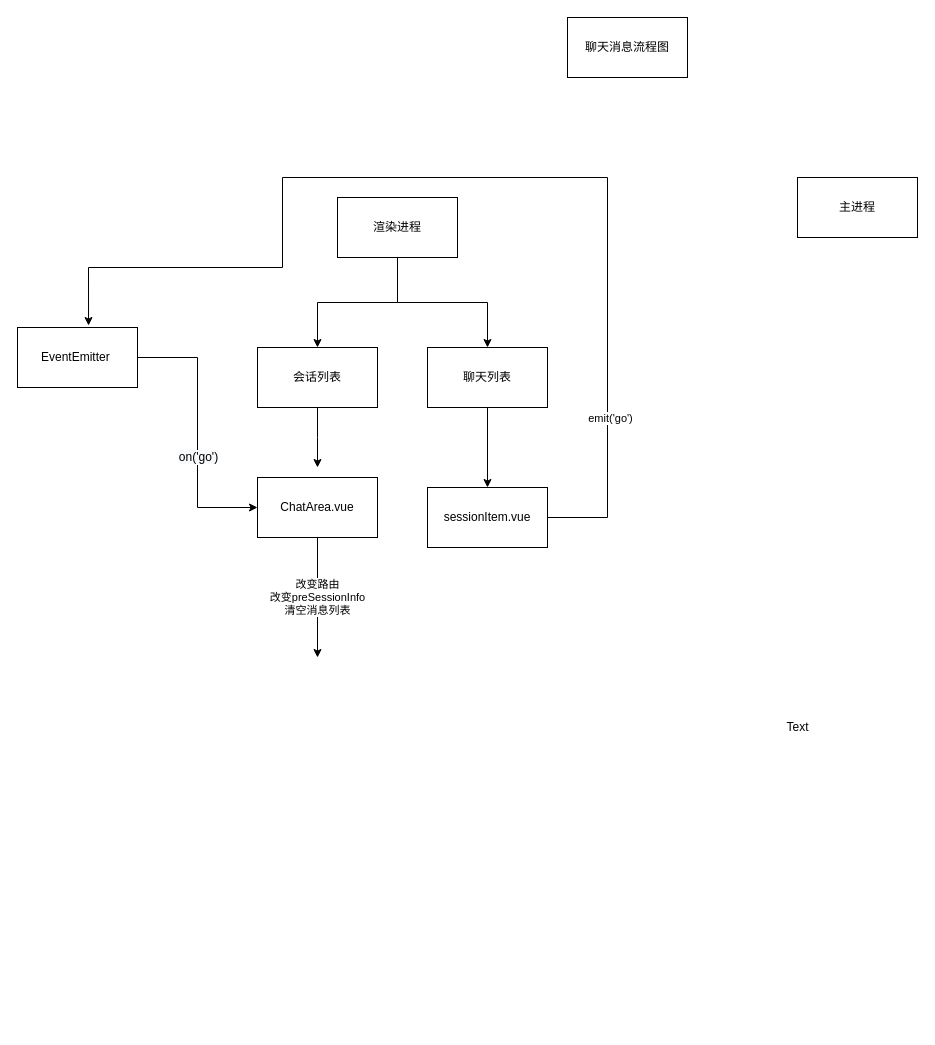
This is message.drawio from oppo-80343438/flowChart, a draw.io file, before an edit. Source tidied: cells renumbered, new cells numbered last; positions are measured from the earlier drawing's top-left corner, leaving out a move shared by most shapes. Both pictures are drawn from the tidied source at 100%, with x=0, y=0 at pixel (17, 17).
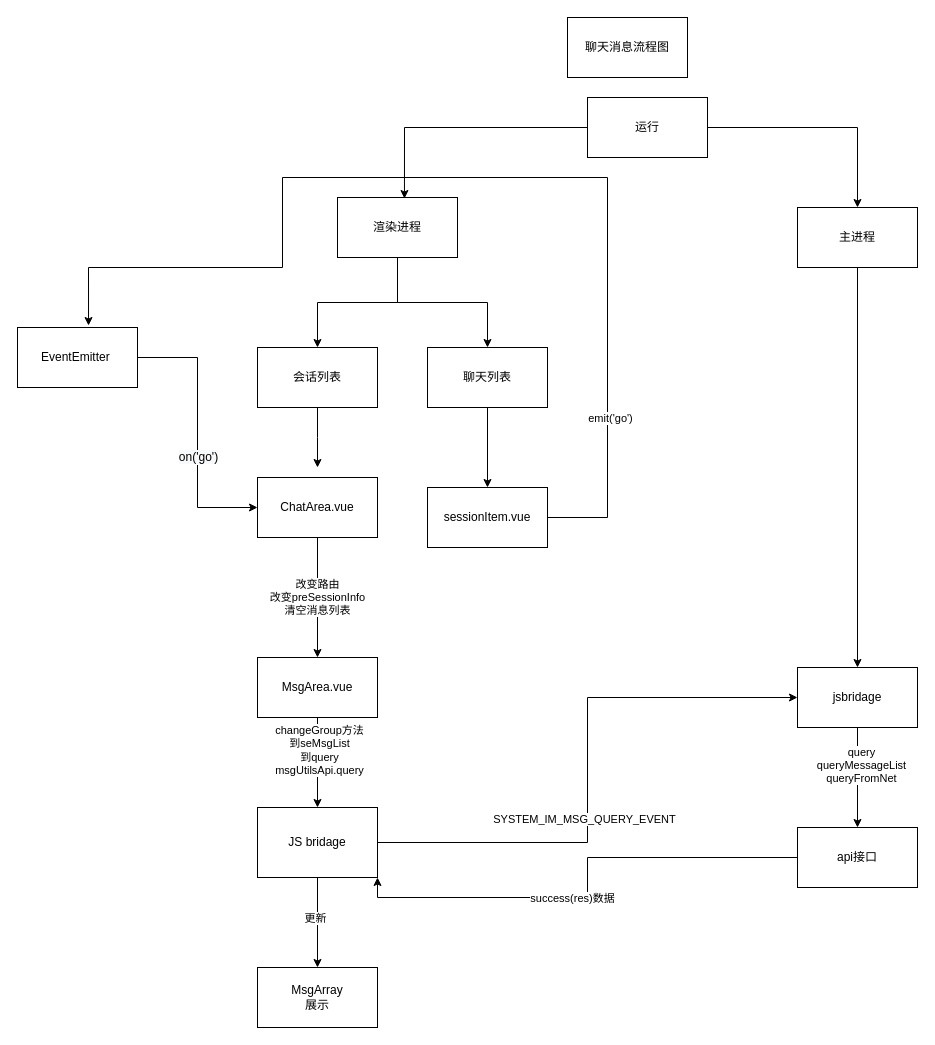
The same diagram, later.

Unchanged cells that the change refers to:
```xml
<mxCell id="5" value="渲染进程" style="rounded=0;whiteSpace=wrap;html=1;" parent="1" vertex="1">
  <mxGeometry x="320" y="180" width="120" height="60" as="geometry" />
</mxCell>
```

The edit, as a diff of the source:
```diff
@@
+    <mxCell id="20" style="edgeStyle=orthogonalEdgeStyle;rounded=0;jettySize=auto;html=1;" parent="1" edge="1" source="6" target="31">
+      <mxGeometry relative="1" as="geometry" />
+    </mxCell>
     <mxCell id="6" value="主进程" style="rounded=0;whiteSpace=wrap;html=1;" parent="1" vertex="1">
-      <mxGeometry x="780" y="160" width="120" height="60" as="geometry" />
+      <mxGeometry x="780" y="190" width="120" height="60" as="geometry" />
     </mxCell>
@@
-    <mxCell id="19" value="Text" style="text;html=1;align=center;verticalAlign=middle;strokeColor=none;" parent="1" vertex="1">
-      <mxGeometry x="760" y="700" width="40" height="20" as="geometry" />
-    </mxCell>
+    <mxCell id="21" style="edgeStyle=orthogonalEdgeStyle;rounded=0;jettySize=auto;html=1;" parent="1" edge="1" source="23">
+      <mxGeometry relative="1" as="geometry">
+        <mxPoint x="300" y="790" as="targetPoint" />
+      </mxGeometry>
+    </mxCell>
+    <mxCell id="22" value="changeGroup方法&lt;br&gt;到seMsgList&lt;br&gt;到query&lt;br&gt;msgUtilsApi.query" style="edgeLabel;html=1;align=center;verticalAlign=middle;" parent="21" vertex="1">
+      <mxGeometry x="-0.3" y="1" relative="1" as="geometry" />
+    </mxCell>
+    <mxCell id="23" value="MsgArea.vue" style="rounded=0;whiteSpace=wrap;html=1;" parent="1" vertex="1">
+      <mxGeometry x="240" y="640" width="120" height="60" as="geometry" />
+    </mxCell>
+    <mxCell id="24" style="edgeStyle=orthogonalEdgeStyle;rounded=0;jettySize=auto;html=1;entryX=0;entryY=0.5;entryDx=0;entryDy=0;" parent="1" edge="1" source="28" target="31">
+      <mxGeometry relative="1" as="geometry" />
+    </mxCell>
+    <mxCell id="25" value="SYSTEM_IM_MSG_QUERY_EVENT" style="edgeLabel;html=1;align=center;verticalAlign=middle;" parent="24" vertex="1">
+      <mxGeometry x="-0.17" y="4" relative="1" as="geometry" />
+    </mxCell>
+    <mxCell id="26" style="edgeStyle=orthogonalEdgeStyle;rounded=0;jettySize=auto;html=1;entryX=0.5;entryY=0;entryDx=0;entryDy=0;" parent="1" edge="1" source="28" target="35">
+      <mxGeometry relative="1" as="geometry" />
+    </mxCell>
+    <mxCell id="27" value="更新" style="edgeLabel;html=1;align=center;verticalAlign=middle;" parent="26" vertex="1">
+      <mxGeometry x="-0.11" y="-3" relative="1" as="geometry" />
+    </mxCell>
+    <mxCell id="28" value="JS bridage" style="rounded=0;whiteSpace=wrap;html=1;" parent="1" vertex="1">
+      <mxGeometry x="240" y="790" width="120" height="70" as="geometry" />
+    </mxCell>
+    <mxCell id="29" style="edgeStyle=orthogonalEdgeStyle;rounded=0;jettySize=auto;html=1;" parent="1" edge="1" source="31">
+      <mxGeometry relative="1" as="geometry">
+        <mxPoint x="840" y="810" as="targetPoint" />
+      </mxGeometry>
+    </mxCell>
+    <mxCell id="30" value="query&lt;br&gt;queryMessageList&lt;br&gt;queryFromNet" style="edgeLabel;html=1;align=center;verticalAlign=middle;" parent="29" vertex="1">
+      <mxGeometry x="-0.26" y="3" relative="1" as="geometry" />
+    </mxCell>
+    <mxCell id="31" value="jsbridage" style="rounded=0;whiteSpace=wrap;html=1;" parent="1" vertex="1">
+      <mxGeometry x="780" y="650" width="120" height="60" as="geometry" />
+    </mxCell>
+    <mxCell id="32" style="edgeStyle=orthogonalEdgeStyle;rounded=0;jettySize=auto;html=1;entryX=1;entryY=1;entryDx=0;entryDy=0;" parent="1" edge="1" source="34" target="28">
+      <mxGeometry relative="1" as="geometry" />
+    </mxCell>
+    <mxCell id="33" value="success(res)数据" style="edgeLabel;html=1;align=center;verticalAlign=middle;" parent="32" vertex="1">
+      <mxGeometry x="0.11" relative="1" as="geometry" />
+    </mxCell>
+    <mxCell id="34" value="api接口" style="rounded=0;whiteSpace=wrap;html=1;" parent="1" vertex="1">
+      <mxGeometry x="780" y="810" width="120" height="60" as="geometry" />
+    </mxCell>
+    <mxCell id="35" value="MsgArray&lt;br&gt;展示" style="rounded=0;whiteSpace=wrap;html=1;" parent="1" vertex="1">
+      <mxGeometry x="240" y="950" width="120" height="60" as="geometry" />
+    </mxCell>
+    <mxCell id="36" style="edgeStyle=orthogonalEdgeStyle;rounded=0;jettySize=auto;html=1;entryX=0.5;entryY=0;entryDx=0;entryDy=0;" parent="1" edge="1" source="38" target="6">
+      <mxGeometry relative="1" as="geometry" />
+    </mxCell>
+    <mxCell id="37" style="edgeStyle=orthogonalEdgeStyle;rounded=0;jettySize=auto;html=1;entryX=0.558;entryY=0.017;entryDx=0;entryDy=0;entryPerimeter=0;" parent="1" edge="1" source="38" target="5">
+      <mxGeometry relative="1" as="geometry" />
+    </mxCell>
+    <mxCell id="38" value="运行" style="rounded=0;whiteSpace=wrap;html=1;" parent="1" vertex="1">
+      <mxGeometry x="570" y="80" width="120" height="60" as="geometry" />
+    </mxCell>
```
